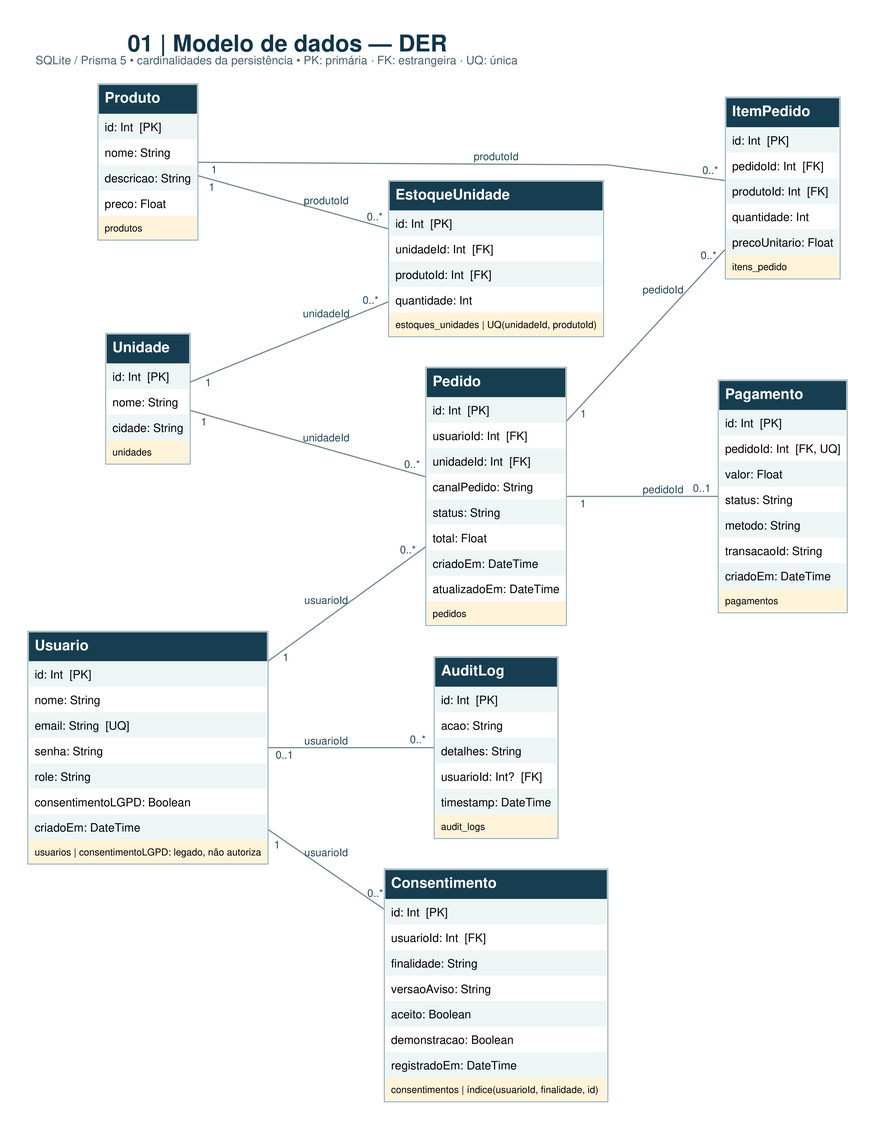
angelicafolgado/raizes-do-nordeste keeps this Graphviz diagram as docs/diagramas/01_der.png. Above is the earlier version. Its source is kept beside it as docs/diagramas/01_der.dot.
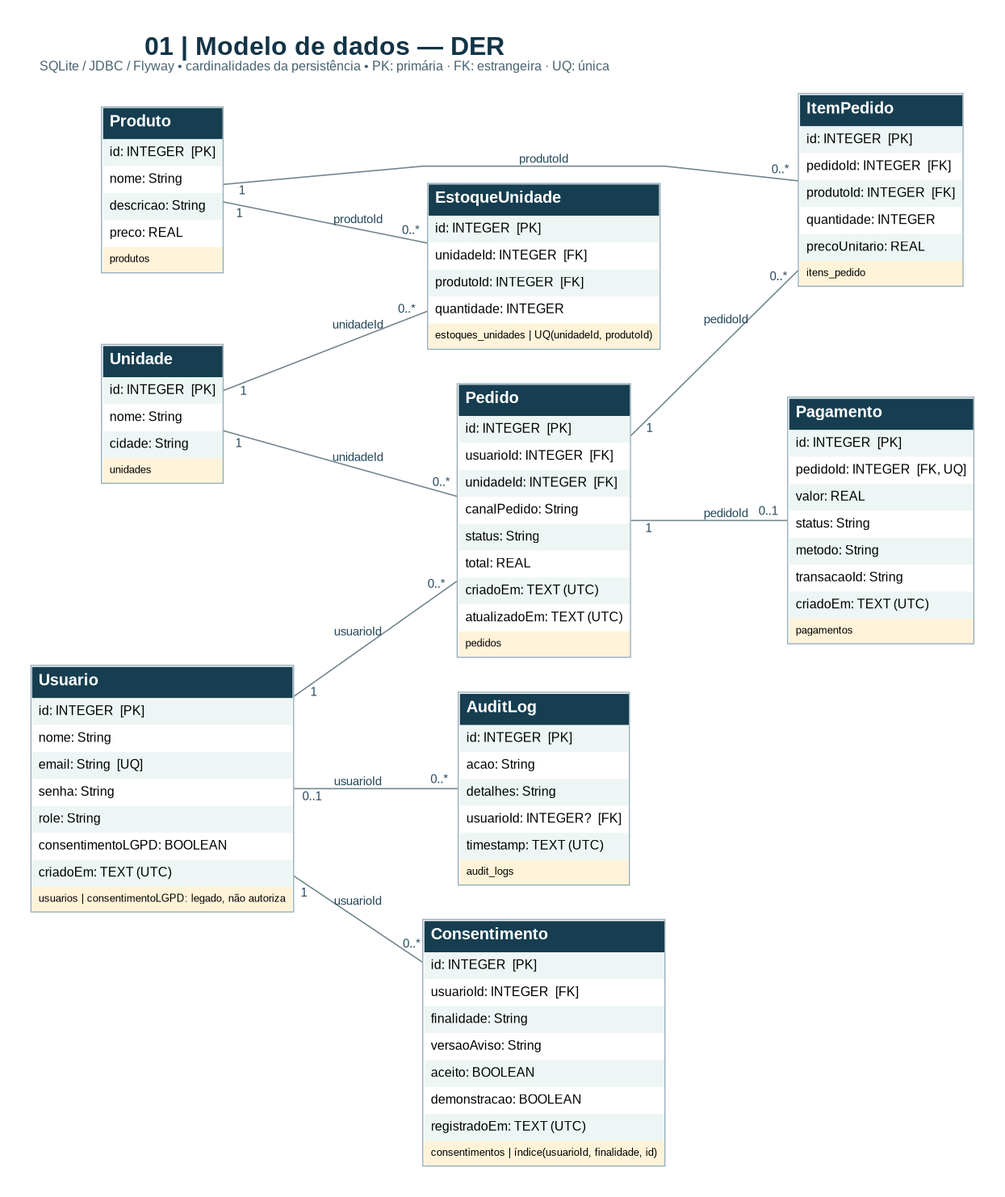
The same diagram one commit later.

Change to the diagram source:
```diff
@@ -1,16 +1,16 @@
 digraph G {
-graph [rankdir=LR, bgcolor="white", pad="0.4", nodesep="0.45", ranksep="1.0", splines=polyline, outputorder=edgesfirst, fontname="Arial", labelloc=t, labeljust=l, label=<<FONT POINT-SIZE="24" COLOR="#123447"><B>01 | Modelo de dados — DER</B></FONT><BR/><FONT POINT-SIZE="12" COLOR="#46616f">SQLite / Prisma 5 • cardinalidades da persistência • PK: primária · FK: estrangeira · UQ: única</FONT><BR/><BR/>>];
+graph [rankdir=LR, bgcolor="white", pad="0.4", nodesep="0.45", ranksep="1.0", splines=polyline, outputorder=edgesfirst, fontname="Arial", labelloc=t, labeljust=l, label=<<FONT POINT-SIZE="24" COLOR="#123447"><B>01 | Modelo de dados — DER</B></FONT><BR/><FONT POINT-SIZE="12" COLOR="#46616f">SQLite / JDBC / Flyway • cardinalidades da persistência • PK: primária · FK: estrangeira · UQ: única</FONT><BR/><BR/>>];
 node [shape=plain, fontname="Arial", fontsize=12];
 edge [fontname="Arial", fontsize=11, color="#71858e", fontcolor="#24475a", penwidth=1.2, arrowsize=0.7];
-Usuario [label=<<TABLE BORDER="1" COLOR="#92acb6" CELLBORDER="0" CELLSPACING="0" CELLPADDING="6"><TR><TD ALIGN="LEFT" BGCOLOR="#163e50"><FONT COLOR="white" POINT-SIZE="15"><B>Usuario</B></FONT></TD></TR><TR><TD ALIGN="LEFT" BGCOLOR="#edf6f5">id: Int  [PK]</TD></TR><TR><TD ALIGN="LEFT" BGCOLOR="#ffffff">nome: String</TD></TR><TR><TD ALIGN="LEFT" BGCOLOR="#edf6f5">email: String  [UQ]</TD></TR><TR><TD ALIGN="LEFT" BGCOLOR="#ffffff">senha: String</TD></TR><TR><TD ALIGN="LEFT" BGCOLOR="#edf6f5">role: String</TD></TR><TR><TD ALIGN="LEFT" BGCOLOR="#ffffff">consentimentoLGPD: Boolean</TD></TR><TR><TD ALIGN="LEFT" BGCOLOR="#edf6f5">criadoEm: DateTime</TD></TR><TR><TD ALIGN="LEFT" BGCOLOR="#fff3d9"><FONT POINT-SIZE="10">usuarios | consentimentoLGPD: legado, não autoriza</FONT></TD></TR></TABLE>>];
-Unidade [label=<<TABLE BORDER="1" COLOR="#92acb6" CELLBORDER="0" CELLSPACING="0" CELLPADDING="6"><TR><TD ALIGN="LEFT" BGCOLOR="#163e50"><FONT COLOR="white" POINT-SIZE="15"><B>Unidade</B></FONT></TD></TR><TR><TD ALIGN="LEFT" BGCOLOR="#edf6f5">id: Int  [PK]</TD></TR><TR><TD ALIGN="LEFT" BGCOLOR="#ffffff">nome: String</TD></TR><TR><TD ALIGN="LEFT" BGCOLOR="#edf6f5">cidade: String</TD></TR><TR><TD ALIGN="LEFT" BGCOLOR="#fff3d9"><FONT POINT-SIZE="10">unidades</FONT></TD></TR></TABLE>>];
-Produto [label=<<TABLE BORDER="1" COLOR="#92acb6" CELLBORDER="0" CELLSPACING="0" CELLPADDING="6"><TR><TD ALIGN="LEFT" BGCOLOR="#163e50"><FONT COLOR="white" POINT-SIZE="15"><B>Produto</B></FONT></TD></TR><TR><TD ALIGN="LEFT" BGCOLOR="#edf6f5">id: Int  [PK]</TD></TR><TR><TD ALIGN="LEFT" BGCOLOR="#ffffff">nome: String</TD></TR><TR><TD ALIGN="LEFT" BGCOLOR="#edf6f5">descricao: String</TD></TR><TR><TD ALIGN="LEFT" BGCOLOR="#ffffff">preco: Float</TD></TR><TR><TD ALIGN="LEFT" BGCOLOR="#fff3d9"><FONT POINT-SIZE="10">produtos</FONT></TD></TR></TABLE>>];
-EstoqueUnidade [label=<<TABLE BORDER="1" COLOR="#92acb6" CELLBORDER="0" CELLSPACING="0" CELLPADDING="6"><TR><TD ALIGN="LEFT" BGCOLOR="#163e50"><FONT COLOR="white" POINT-SIZE="15"><B>EstoqueUnidade</B></FONT></TD></TR><TR><TD ALIGN="LEFT" BGCOLOR="#edf6f5">id: Int  [PK]</TD></TR><TR><TD ALIGN="LEFT" BGCOLOR="#ffffff">unidadeId: Int  [FK]</TD></TR><TR><TD ALIGN="LEFT" BGCOLOR="#edf6f5">produtoId: Int  [FK]</TD></TR><TR><TD ALIGN="LEFT" BGCOLOR="#ffffff">quantidade: Int</TD></TR><TR><TD ALIGN="LEFT" BGCOLOR="#fff3d9"><FONT POINT-SIZE="10">estoques_unidades | UQ(unidadeId, produtoId)</FONT></TD></TR></TABLE>>];
-Pedido [label=<<TABLE BORDER="1" COLOR="#92acb6" CELLBORDER="0" CELLSPACING="0" CELLPADDING="6"><TR><TD ALIGN="LEFT" BGCOLOR="#163e50"><FONT COLOR="white" POINT-SIZE="15"><B>Pedido</B></FONT></TD></TR><TR><TD ALIGN="LEFT" BGCOLOR="#edf6f5">id: Int  [PK]</TD></TR><TR><TD ALIGN="LEFT" BGCOLOR="#ffffff">usuarioId: Int  [FK]</TD></TR><TR><TD ALIGN="LEFT" BGCOLOR="#edf6f5">unidadeId: Int  [FK]</TD></TR><TR><TD ALIGN="LEFT" BGCOLOR="#ffffff">canalPedido: String</TD></TR><TR><TD ALIGN="LEFT" BGCOLOR="#edf6f5">status: String</TD></TR><TR><TD ALIGN="LEFT" BGCOLOR="#ffffff">total: Float</TD></TR><TR><TD ALIGN="LEFT" BGCOLOR="#edf6f5">criadoEm: DateTime</TD></TR><TR><TD ALIGN="LEFT" BGCOLOR="#ffffff">atualizadoEm: DateTime</TD></TR><TR><TD ALIGN="LEFT" BGCOLOR="#fff3d9"><FONT POINT-SIZE="10">pedidos</FONT></TD></TR></TABLE>>];
-ItemPedido [label=<<TABLE BORDER="1" COLOR="#92acb6" CELLBORDER="0" CELLSPACING="0" CELLPADDING="6"><TR><TD ALIGN="LEFT" BGCOLOR="#163e50"><FONT COLOR="white" POINT-SIZE="15"><B>ItemPedido</B></FONT></TD></TR><TR><TD ALIGN="LEFT" BGCOLOR="#edf6f5">id: Int  [PK]</TD></TR><TR><TD ALIGN="LEFT" BGCOLOR="#ffffff">pedidoId: Int  [FK]</TD></TR><TR><TD ALIGN="LEFT" BGCOLOR="#edf6f5">produtoId: Int  [FK]</TD></TR><TR><TD ALIGN="LEFT" BGCOLOR="#ffffff">quantidade: Int</TD></TR><TR><TD ALIGN="LEFT" BGCOLOR="#edf6f5">precoUnitario: Float</TD></TR><TR><TD ALIGN="LEFT" BGCOLOR="#fff3d9"><FONT POINT-SIZE="10">itens_pedido</FONT></TD></TR></TABLE>>];
-Pagamento [label=<<TABLE BORDER="1" COLOR="#92acb6" CELLBORDER="0" CELLSPACING="0" CELLPADDING="6"><TR><TD ALIGN="LEFT" BGCOLOR="#163e50"><FONT COLOR="white" POINT-SIZE="15"><B>Pagamento</B></FONT></TD></TR><TR><TD ALIGN="LEFT" BGCOLOR="#edf6f5">id: Int  [PK]</TD></TR><TR><TD ALIGN="LEFT" BGCOLOR="#ffffff">pedidoId: Int  [FK, UQ]</TD></TR><TR><TD ALIGN="LEFT" BGCOLOR="#edf6f5">valor: Float</TD></TR><TR><TD ALIGN="LEFT" BGCOLOR="#ffffff">status: String</TD></TR><TR><TD ALIGN="LEFT" BGCOLOR="#edf6f5">metodo: String</TD></TR><TR><TD ALIGN="LEFT" BGCOLOR="#ffffff">transacaoId: String</TD></TR><TR><TD ALIGN="LEFT" BGCOLOR="#edf6f5">criadoEm: DateTime</TD></TR><TR><TD ALIGN="LEFT" BGCOLOR="#fff3d9"><FONT POINT-SIZE="10">pagamentos</FONT></TD></TR></TABLE>>];
-AuditLog [label=<<TABLE BORDER="1" COLOR="#92acb6" CELLBORDER="0" CELLSPACING="0" CELLPADDING="6"><TR><TD ALIGN="LEFT" BGCOLOR="#163e50"><FONT COLOR="white" POINT-SIZE="15"><B>AuditLog</B></FONT></TD></TR><TR><TD ALIGN="LEFT" BGCOLOR="#edf6f5">id: Int  [PK]</TD></TR><TR><TD ALIGN="LEFT" BGCOLOR="#ffffff">acao: String</TD></TR><TR><TD ALIGN="LEFT" BGCOLOR="#edf6f5">detalhes: String</TD></TR><TR><TD ALIGN="LEFT" BGCOLOR="#ffffff">usuarioId: Int?  [FK]</TD></TR><TR><TD ALIGN="LEFT" BGCOLOR="#edf6f5">timestamp: DateTime</TD></TR><TR><TD ALIGN="LEFT" BGCOLOR="#fff3d9"><FONT POINT-SIZE="10">audit_logs</FONT></TD></TR></TABLE>>];
-Consentimento [label=<<TABLE BORDER="1" COLOR="#92acb6" CELLBORDER="0" CELLSPACING="0" CELLPADDING="6"><TR><TD ALIGN="LEFT" BGCOLOR="#163e50"><FONT COLOR="white" POINT-SIZE="15"><B>Consentimento</B></FONT></TD></TR><TR><TD ALIGN="LEFT" BGCOLOR="#edf6f5">id: Int  [PK]</TD></TR><TR><TD ALIGN="LEFT" BGCOLOR="#ffffff">usuarioId: Int  [FK]</TD></TR><TR><TD ALIGN="LEFT" BGCOLOR="#edf6f5">finalidade: String</TD></TR><TR><TD ALIGN="LEFT" BGCOLOR="#ffffff">versaoAviso: String</TD></TR><TR><TD ALIGN="LEFT" BGCOLOR="#edf6f5">aceito: Boolean</TD></TR><TR><TD ALIGN="LEFT" BGCOLOR="#ffffff">demonstracao: Boolean</TD></TR><TR><TD ALIGN="LEFT" BGCOLOR="#edf6f5">registradoEm: DateTime</TD></TR><TR><TD ALIGN="LEFT" BGCOLOR="#fff3d9"><FONT POINT-SIZE="10">consentimentos | índice(usuarioId, finalidade, id)</FONT></TD></TR></TABLE>>];
+Usuario [label=<<TABLE BORDER="1" COLOR="#92acb6" CELLBORDER="0" CELLSPACING="0" CELLPADDING="6"><TR><TD ALIGN="LEFT" BGCOLOR="#163e50"><FONT COLOR="white" POINT-SIZE="15"><B>Usuario</B></FONT></TD></TR><TR><TD ALIGN="LEFT" BGCOLOR="#edf6f5">id: INTEGER  [PK]</TD></TR><TR><TD ALIGN="LEFT" BGCOLOR="#ffffff">nome: String</TD></TR><TR><TD ALIGN="LEFT" BGCOLOR="#edf6f5">email: String  [UQ]</TD></TR><TR><TD ALIGN="LEFT" BGCOLOR="#ffffff">senha: String</TD></TR><TR><TD ALIGN="LEFT" BGCOLOR="#edf6f5">role: String</TD></TR><TR><TD ALIGN="LEFT" BGCOLOR="#ffffff">consentimentoLGPD: BOOLEAN</TD></TR><TR><TD ALIGN="LEFT" BGCOLOR="#edf6f5">criadoEm: TEXT (UTC)</TD></TR><TR><TD ALIGN="LEFT" BGCOLOR="#fff3d9"><FONT POINT-SIZE="10">usuarios | consentimentoLGPD: legado, não autoriza</FONT></TD></TR></TABLE>>];
+Unidade [label=<<TABLE BORDER="1" COLOR="#92acb6" CELLBORDER="0" CELLSPACING="0" CELLPADDING="6"><TR><TD ALIGN="LEFT" BGCOLOR="#163e50"><FONT COLOR="white" POINT-SIZE="15"><B>Unidade</B></FONT></TD></TR><TR><TD ALIGN="LEFT" BGCOLOR="#edf6f5">id: INTEGER  [PK]</TD></TR><TR><TD ALIGN="LEFT" BGCOLOR="#ffffff">nome: String</TD></TR><TR><TD ALIGN="LEFT" BGCOLOR="#edf6f5">cidade: String</TD></TR><TR><TD ALIGN="LEFT" BGCOLOR="#fff3d9"><FONT POINT-SIZE="10">unidades</FONT></TD></TR></TABLE>>];
+Produto [label=<<TABLE BORDER="1" COLOR="#92acb6" CELLBORDER="0" CELLSPACING="0" CELLPADDING="6"><TR><TD ALIGN="LEFT" BGCOLOR="#163e50"><FONT COLOR="white" POINT-SIZE="15"><B>Produto</B></FONT></TD></TR><TR><TD ALIGN="LEFT" BGCOLOR="#edf6f5">id: INTEGER  [PK]</TD></TR><TR><TD ALIGN="LEFT" BGCOLOR="#ffffff">nome: String</TD></TR><TR><TD ALIGN="LEFT" BGCOLOR="#edf6f5">descricao: String</TD></TR><TR><TD ALIGN="LEFT" BGCOLOR="#ffffff">preco: REAL</TD></TR><TR><TD ALIGN="LEFT" BGCOLOR="#fff3d9"><FONT POINT-SIZE="10">produtos</FONT></TD></TR></TABLE>>];
+EstoqueUnidade [label=<<TABLE BORDER="1" COLOR="#92acb6" CELLBORDER="0" CELLSPACING="0" CELLPADDING="6"><TR><TD ALIGN="LEFT" BGCOLOR="#163e50"><FONT COLOR="white" POINT-SIZE="15"><B>EstoqueUnidade</B></FONT></TD></TR><TR><TD ALIGN="LEFT" BGCOLOR="#edf6f5">id: INTEGER  [PK]</TD></TR><TR><TD ALIGN="LEFT" BGCOLOR="#ffffff">unidadeId: INTEGER  [FK]</TD></TR><TR><TD ALIGN="LEFT" BGCOLOR="#edf6f5">produtoId: INTEGER  [FK]</TD></TR><TR><TD ALIGN="LEFT" BGCOLOR="#ffffff">quantidade: INTEGER</TD></TR><TR><TD ALIGN="LEFT" BGCOLOR="#fff3d9"><FONT POINT-SIZE="10">estoques_unidades | UQ(unidadeId, produtoId)</FONT></TD></TR></TABLE>>];
+Pedido [label=<<TABLE BORDER="1" COLOR="#92acb6" CELLBORDER="0" CELLSPACING="0" CELLPADDING="6"><TR><TD ALIGN="LEFT" BGCOLOR="#163e50"><FONT COLOR="white" POINT-SIZE="15"><B>Pedido</B></FONT></TD></TR><TR><TD ALIGN="LEFT" BGCOLOR="#edf6f5">id: INTEGER  [PK]</TD></TR><TR><TD ALIGN="LEFT" BGCOLOR="#ffffff">usuarioId: INTEGER  [FK]</TD></TR><TR><TD ALIGN="LEFT" BGCOLOR="#edf6f5">unidadeId: INTEGER  [FK]</TD></TR><TR><TD ALIGN="LEFT" BGCOLOR="#ffffff">canalPedido: String</TD></TR><TR><TD ALIGN="LEFT" BGCOLOR="#edf6f5">status: String</TD></TR><TR><TD ALIGN="LEFT" BGCOLOR="#ffffff">total: REAL</TD></TR><TR><TD ALIGN="LEFT" BGCOLOR="#edf6f5">criadoEm: TEXT (UTC)</TD></TR><TR><TD ALIGN="LEFT" BGCOLOR="#ffffff">atualizadoEm: TEXT (UTC)</TD></TR><TR><TD ALIGN="LEFT" BGCOLOR="#fff3d9"><FONT POINT-SIZE="10">pedidos</FONT></TD></TR></TABLE>>];
+ItemPedido [label=<<TABLE BORDER="1" COLOR="#92acb6" CELLBORDER="0" CELLSPACING="0" CELLPADDING="6"><TR><TD ALIGN="LEFT" BGCOLOR="#163e50"><FONT COLOR="white" POINT-SIZE="15"><B>ItemPedido</B></FONT></TD></TR><TR><TD ALIGN="LEFT" BGCOLOR="#edf6f5">id: INTEGER  [PK]</TD></TR><TR><TD ALIGN="LEFT" BGCOLOR="#ffffff">pedidoId: INTEGER  [FK]</TD></TR><TR><TD ALIGN="LEFT" BGCOLOR="#edf6f5">produtoId: INTEGER  [FK]</TD></TR><TR><TD ALIGN="LEFT" BGCOLOR="#ffffff">quantidade: INTEGER</TD></TR><TR><TD ALIGN="LEFT" BGCOLOR="#edf6f5">precoUnitario: REAL</TD></TR><TR><TD ALIGN="LEFT" BGCOLOR="#fff3d9"><FONT POINT-SIZE="10">itens_pedido</FONT></TD></TR></TABLE>>];
+Pagamento [label=<<TABLE BORDER="1" COLOR="#92acb6" CELLBORDER="0" CELLSPACING="0" CELLPADDING="6"><TR><TD ALIGN="LEFT" BGCOLOR="#163e50"><FONT COLOR="white" POINT-SIZE="15"><B>Pagamento</B></FONT></TD></TR><TR><TD ALIGN="LEFT" BGCOLOR="#edf6f5">id: INTEGER  [PK]</TD></TR><TR><TD ALIGN="LEFT" BGCOLOR="#ffffff">pedidoId: INTEGER  [FK, UQ]</TD></TR><TR><TD ALIGN="LEFT" BGCOLOR="#edf6f5">valor: REAL</TD></TR><TR><TD ALIGN="LEFT" BGCOLOR="#ffffff">status: String</TD></TR><TR><TD ALIGN="LEFT" BGCOLOR="#edf6f5">metodo: String</TD></TR><TR><TD ALIGN="LEFT" BGCOLOR="#ffffff">transacaoId: String</TD></TR><TR><TD ALIGN="LEFT" BGCOLOR="#edf6f5">criadoEm: TEXT (UTC)</TD></TR><TR><TD ALIGN="LEFT" BGCOLOR="#fff3d9"><FONT POINT-SIZE="10">pagamentos</FONT></TD></TR></TABLE>>];
+AuditLog [label=<<TABLE BORDER="1" COLOR="#92acb6" CELLBORDER="0" CELLSPACING="0" CELLPADDING="6"><TR><TD ALIGN="LEFT" BGCOLOR="#163e50"><FONT COLOR="white" POINT-SIZE="15"><B>AuditLog</B></FONT></TD></TR><TR><TD ALIGN="LEFT" BGCOLOR="#edf6f5">id: INTEGER  [PK]</TD></TR><TR><TD ALIGN="LEFT" BGCOLOR="#ffffff">acao: String</TD></TR><TR><TD ALIGN="LEFT" BGCOLOR="#edf6f5">detalhes: String</TD></TR><TR><TD ALIGN="LEFT" BGCOLOR="#ffffff">usuarioId: INTEGER?  [FK]</TD></TR><TR><TD ALIGN="LEFT" BGCOLOR="#edf6f5">timestamp: TEXT (UTC)</TD></TR><TR><TD ALIGN="LEFT" BGCOLOR="#fff3d9"><FONT POINT-SIZE="10">audit_logs</FONT></TD></TR></TABLE>>];
+Consentimento [label=<<TABLE BORDER="1" COLOR="#92acb6" CELLBORDER="0" CELLSPACING="0" CELLPADDING="6"><TR><TD ALIGN="LEFT" BGCOLOR="#163e50"><FONT COLOR="white" POINT-SIZE="15"><B>Consentimento</B></FONT></TD></TR><TR><TD ALIGN="LEFT" BGCOLOR="#edf6f5">id: INTEGER  [PK]</TD></TR><TR><TD ALIGN="LEFT" BGCOLOR="#ffffff">usuarioId: INTEGER  [FK]</TD></TR><TR><TD ALIGN="LEFT" BGCOLOR="#edf6f5">finalidade: String</TD></TR><TR><TD ALIGN="LEFT" BGCOLOR="#ffffff">versaoAviso: String</TD></TR><TR><TD ALIGN="LEFT" BGCOLOR="#edf6f5">aceito: BOOLEAN</TD></TR><TR><TD ALIGN="LEFT" BGCOLOR="#ffffff">demonstracao: BOOLEAN</TD></TR><TR><TD ALIGN="LEFT" BGCOLOR="#edf6f5">registradoEm: TEXT (UTC)</TD></TR><TR><TD ALIGN="LEFT" BGCOLOR="#fff3d9"><FONT POINT-SIZE="10">consentimentos | índice(usuarioId, finalidade, id)</FONT></TD></TR></TABLE>>];
 Unidade -> EstoqueUnidade [dir=none, taillabel="1", headlabel="0..*", label="unidadeId", labeldistance=1.9];
 Produto -> EstoqueUnidade [dir=none, taillabel="1", headlabel="0..*", label="produtoId", labeldistance=1.9];
 Usuario -> Pedido [dir=none, taillabel="1", headlabel="0..*", label="usuarioId", labeldistance=1.9];
```
